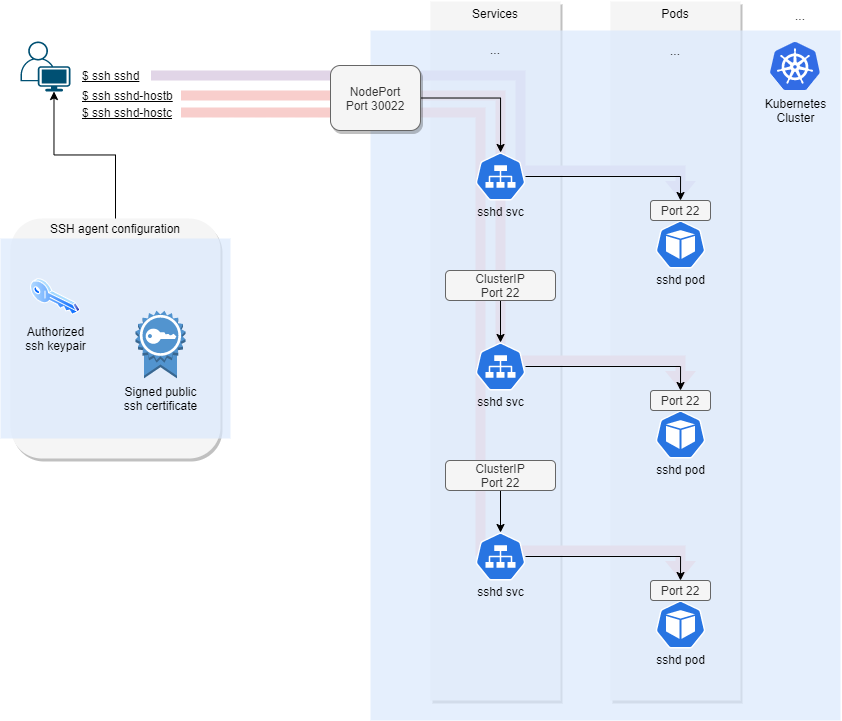
This is images/assh-routes.drawio.png from cogitogroupltd/ssh-ca-k8s, a draw.io export, as it was before one commit. Source tidied: cells renumbered, new cells last; positions are measured from the earlier drawing's top-left corner, leaving out a move shared by most shapes.
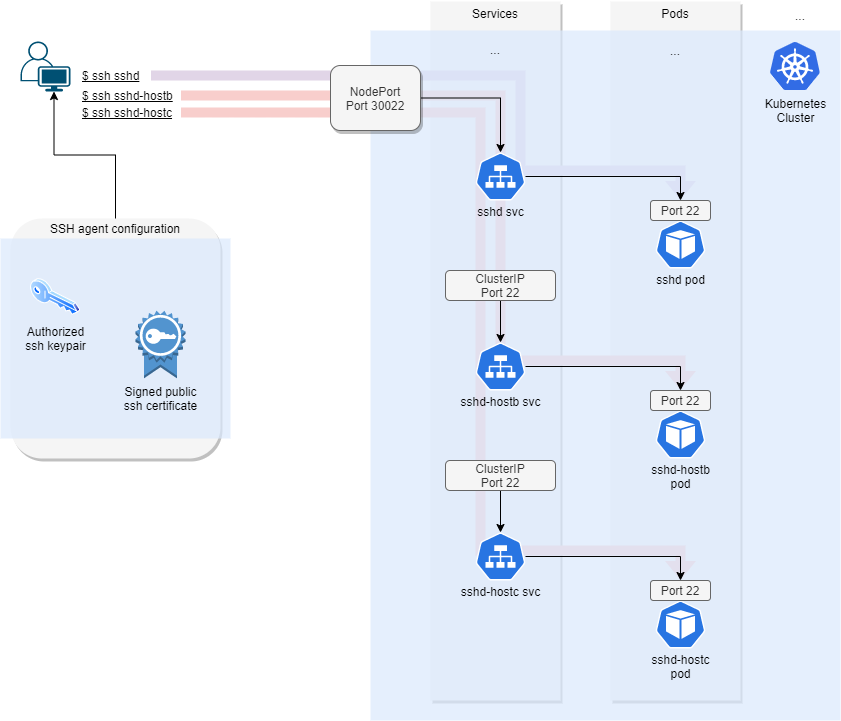
The same file after the commit.

What changed in the source:
```diff
@@ -69,13 +69,13 @@
     <mxCell id="17" value="NodePort&lt;br&gt;Port 30022" style="rounded=1;whiteSpace=wrap;html=1;strokeWidth=0;shadow=1;fillColor=#f5f5f5;strokeColor=#666666;fontColor=#333333;" parent="1" vertex="1">
       <mxGeometry x="330" y="65" width="90" height="65" as="geometry" />
     </mxCell>
-    <mxCell id="18" value="&lt;br&gt;&lt;br&gt;&lt;br&gt;&lt;br&gt;&lt;br&gt;sshd pod" style="sketch=0;html=1;dashed=0;whitespace=wrap;fillColor=#2875E2;strokeColor=#ffffff;shape=mxgraph.kubernetes.icon;prIcon=pod;" parent="1" vertex="1">
+    <mxCell id="18" value="&lt;br&gt;&lt;br&gt;&lt;br&gt;&lt;br&gt;&lt;br&gt;&lt;br&gt;sshd-hostb&lt;br&gt;pod" style="sketch=0;html=1;dashed=0;whitespace=wrap;fillColor=#2875E2;strokeColor=#ffffff;shape=mxgraph.kubernetes.icon;prIcon=pod;" parent="1" vertex="1">
       <mxGeometry x="655" y="410" width="50" height="48" as="geometry" />
     </mxCell>
     <mxCell id="19" style="edgeStyle=orthogonalEdgeStyle;rounded=0;jumpStyle=arc;jettySize=auto;html=1;entryX=0.5;entryY=0;entryDx=0;entryDy=0;strokeWidth=1;" parent="1" edge="1" source="20" target="21">
       <mxGeometry relative="1" as="geometry" />
     </mxCell>
-    <mxCell id="20" value="&lt;br&gt;&lt;br&gt;&lt;br&gt;&lt;br&gt;&lt;br&gt;sshd svc" style="sketch=0;html=1;dashed=0;whitespace=wrap;fillColor=#2875E2;strokeColor=#ffffff;points=[[0.005,0.63,0],[0.1,0.2,0],[0.9,0.2,0],[0.5,0,0],[0.995,0.63,0],[0.72,0.99,0],[0.5,1,0],[0.28,0.99,0]];shape=mxgraph.kubernetes.icon;prIcon=svc;" parent="1" vertex="1">
+    <mxCell id="20" value="&lt;br&gt;&lt;br&gt;&lt;br&gt;&lt;br&gt;&lt;br&gt;sshd-hostb svc" style="sketch=0;html=1;dashed=0;whitespace=wrap;fillColor=#2875E2;strokeColor=#ffffff;points=[[0.005,0.63,0],[0.1,0.2,0],[0.9,0.2,0],[0.5,0,0],[0.995,0.63,0],[0.72,0.99,0],[0.5,1,0],[0.28,0.99,0]];shape=mxgraph.kubernetes.icon;prIcon=svc;" parent="1" vertex="1">
       <mxGeometry x="475" y="342" width="50" height="48" as="geometry" />
     </mxCell>
     <mxCell id="21" value="Port 22" style="rounded=1;whiteSpace=wrap;html=1;strokeWidth=0;shadow=0;fillColor=#f5f5f5;strokeColor=#666666;fontColor=#333333;" parent="1" vertex="1">
@@ -87,13 +87,13 @@
     <mxCell id="23" value="ClusterIP&lt;br&gt;Port 22" style="rounded=1;whiteSpace=wrap;html=1;strokeWidth=0;shadow=0;fillColor=#f5f5f5;strokeColor=#666666;fontColor=#333333;" parent="1" vertex="1">
       <mxGeometry x="445" y="270" width="110" height="30" as="geometry" />
     </mxCell>
-    <mxCell id="24" value="&lt;br&gt;&lt;br&gt;&lt;br&gt;&lt;br&gt;&lt;br&gt;sshd pod" style="sketch=0;html=1;dashed=0;whitespace=wrap;fillColor=#2875E2;strokeColor=#ffffff;shape=mxgraph.kubernetes.icon;prIcon=pod;" parent="1" vertex="1">
+    <mxCell id="24" value="&lt;br&gt;&lt;br&gt;&lt;br&gt;&lt;br&gt;&lt;br&gt;&lt;br&gt;sshd-hostc&lt;br&gt;pod" style="sketch=0;html=1;dashed=0;whitespace=wrap;fillColor=#2875E2;strokeColor=#ffffff;shape=mxgraph.kubernetes.icon;prIcon=pod;" parent="1" vertex="1">
       <mxGeometry x="655" y="600" width="50" height="48" as="geometry" />
     </mxCell>
     <mxCell id="25" style="edgeStyle=orthogonalEdgeStyle;rounded=0;jumpStyle=arc;jettySize=auto;html=1;entryX=0.5;entryY=0;entryDx=0;entryDy=0;strokeWidth=1;" parent="1" edge="1" source="26" target="27">
       <mxGeometry relative="1" as="geometry" />
     </mxCell>
-    <mxCell id="26" value="&lt;br&gt;&lt;br&gt;&lt;br&gt;&lt;br&gt;&lt;br&gt;sshd svc" style="sketch=0;html=1;dashed=0;whitespace=wrap;fillColor=#2875E2;strokeColor=#ffffff;points=[[0.005,0.63,0],[0.1,0.2,0],[0.9,0.2,0],[0.5,0,0],[0.995,0.63,0],[0.72,0.99,0],[0.5,1,0],[0.28,0.99,0]];shape=mxgraph.kubernetes.icon;prIcon=svc;" parent="1" vertex="1">
+    <mxCell id="26" value="&lt;br&gt;&lt;br&gt;&lt;br&gt;&lt;br&gt;&lt;br&gt;sshd-hostc svc" style="sketch=0;html=1;dashed=0;whitespace=wrap;fillColor=#2875E2;strokeColor=#ffffff;points=[[0.005,0.63,0],[0.1,0.2,0],[0.9,0.2,0],[0.5,0,0],[0.995,0.63,0],[0.72,0.99,0],[0.5,1,0],[0.28,0.99,0]];shape=mxgraph.kubernetes.icon;prIcon=svc;" parent="1" vertex="1">
       <mxGeometry x="475" y="532" width="50" height="48" as="geometry" />
     </mxCell>
     <mxCell id="27" value="Port 22" style="rounded=1;whiteSpace=wrap;html=1;strokeWidth=0;shadow=0;fillColor=#f5f5f5;strokeColor=#666666;fontColor=#333333;" parent="1" vertex="1">
```
